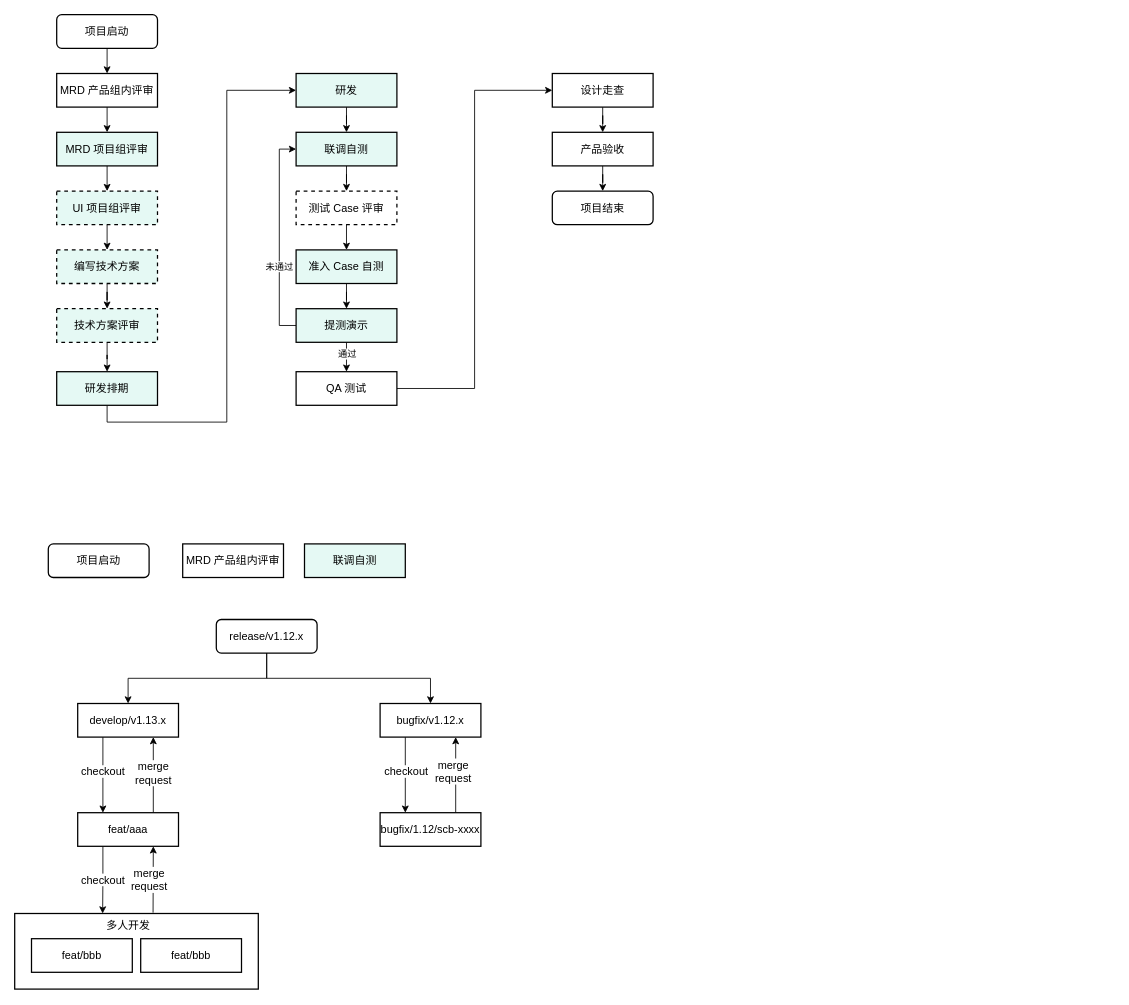
zhulinghao/drawio_warehouse keeps this draw.io diagram as SDG 前端串讲.drawio. Above is the earlier version. Source tidied: cells renumbered, new cells numbered last; positions are measured from the earlier drawing's top-left corner, leaving out a move shared by most shapes. Both pictures are drawn from the tidied source at 84%, with x=0, y=0 at pixel (14, 14).
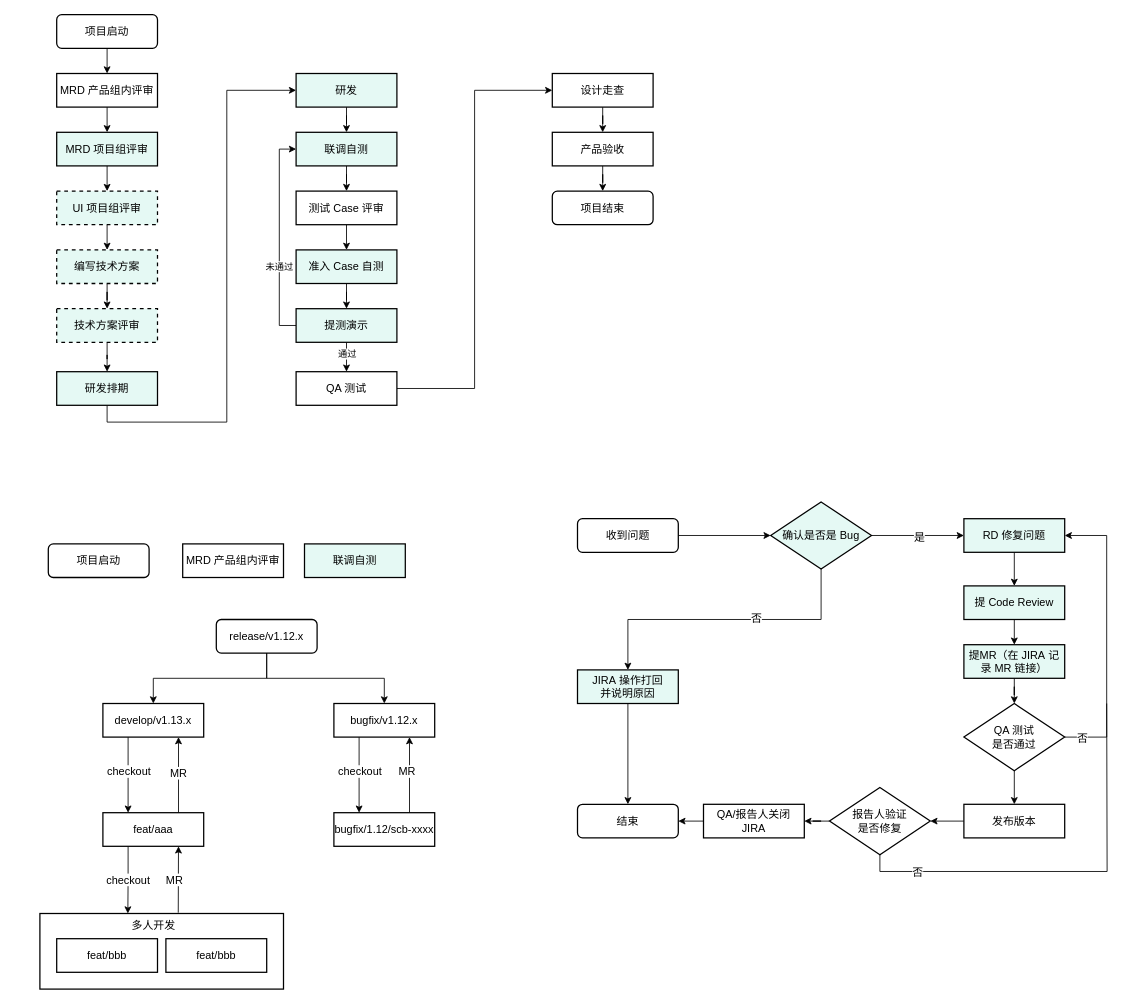
After the change.

Unchanged cells that the change refers to:
```xml
<mxCell id="48" style="edgeStyle=orthogonalEdgeStyle;rounded=0;jettySize=auto;html=1;exitX=0.75;exitY=0;exitDx=0;exitDy=0;entryX=0.75;entryY=1;entryDx=0;entryDy=0;fontSize=13;" parent="1" edge="1" source="50" target="47">
  <mxGeometry relative="1" as="geometry" />
</mxCell>
<mxCell id="51" style="edgeStyle=orthogonalEdgeStyle;rounded=0;jettySize=auto;html=1;exitX=0.75;exitY=0;exitDx=0;exitDy=0;entryX=0.75;entryY=1;entryDx=0;entryDy=0;fontSize=13;" parent="1" edge="1" source="55" target="44">
  <mxGeometry relative="1" as="geometry" />
</mxCell>
<mxCell id="61" style="endArrow=classic;html=1;rounded=0;fontSize=13;exitX=0.568;exitY=-0.011;exitDx=0;exitDy=0;exitPerimeter=0;entryX=0.75;entryY=1;entryDx=0;entryDy=0;" parent="1" edge="1" source="57" target="55">
  <mxGeometry relative="1" as="geometry" />
</mxCell>
```

The edit, as a diff of the source:
```diff
@@
-    <mxCell id="19" value="测试 Case 评审" style="rounded=0;whiteSpace=wrap;html=1;dashed=1;strokeWidth=1.5;fontSize=13;" parent="1" vertex="1">
+    <mxCell id="19" value="测试 Case 评审" style="rounded=0;whiteSpace=wrap;html=1;strokeWidth=1.5;fontSize=13;" parent="1" vertex="1">
       <mxGeometry x="335" y="210" width="120" height="40" as="geometry" />
     </mxCell>
@@
     <mxCell id="44" value="develop/v1.13.x" style="rounded=0;whiteSpace=wrap;html=1;strokeWidth=1.5;fontSize=13;" parent="1" vertex="1">
-      <mxGeometry x="75" y="820" width="120" height="40" as="geometry" />
+      <mxGeometry x="105" y="820" width="120" height="40" as="geometry" />
     </mxCell>
@@
     <mxCell id="47" value="bugfix/v1.12.x" style="rounded=0;whiteSpace=wrap;html=1;strokeWidth=1.5;fontSize=13;" parent="1" vertex="1">
-      <mxGeometry x="435" y="820" width="120" height="40" as="geometry" />
+      <mxGeometry x="380" y="820" width="120" height="40" as="geometry" />
     </mxCell>
@@
-    <mxCell id="49" value="merge&lt;br&gt;request" style="edgeLabel;html=1;align=center;verticalAlign=middle;fontSize=13;" parent="48" vertex="1">
+    <mxCell id="49" value="MR" style="edgeLabel;html=1;align=center;verticalAlign=middle;fontSize=13;" parent="48" vertex="1">
       <mxGeometry x="0.11" y="4" relative="1" as="geometry" />
     </mxCell>
     <mxCell id="50" value="bugfix/1.12/scb-xxxx" style="rounded=0;whiteSpace=wrap;html=1;strokeWidth=1.5;fontSize=13;" parent="1" vertex="1">
-      <mxGeometry x="435" y="950" width="120" height="40" as="geometry" />
+      <mxGeometry x="380" y="950" width="120" height="40" as="geometry" />
     </mxCell>
@@
-    <mxCell id="52" value="merge&lt;br&gt;request" style="edgeLabel;html=1;align=center;verticalAlign=middle;fontSize=13;" parent="51" vertex="1">
+    <mxCell id="52" value="MR" style="edgeLabel;html=1;align=center;verticalAlign=middle;fontSize=13;" parent="51" vertex="1">
       <mxGeometry x="0.06" y="1" relative="1" as="geometry" />
     </mxCell>
@@
     <mxCell id="55" value="feat/aaa" style="rounded=0;whiteSpace=wrap;html=1;strokeWidth=1.5;fontSize=13;" parent="1" vertex="1">
-      <mxGeometry x="75" y="950" width="120" height="40" as="geometry" />
+      <mxGeometry x="105" y="950" width="120" height="40" as="geometry" />
     </mxCell>
@@
     <mxCell id="57" style="rounded=0;whiteSpace=wrap;html=1;fontSize=13;strokeWidth=1.5;fillColor=none;zIndex=0;" parent="1" vertex="1">
-      <mxGeometry y="1070" width="290" height="90" as="geometry" />
+      <mxGeometry x="30" y="1070" width="290" height="90" as="geometry" />
     </mxCell>
     <mxCell id="58" value="feat/bbb" style="rounded=0;whiteSpace=wrap;html=1;strokeWidth=1.5;fontSize=13;" parent="1" vertex="1">
-      <mxGeometry x="20" y="1100" width="120" height="40" as="geometry" />
+      <mxGeometry x="50" y="1100" width="120" height="40" as="geometry" />
     </mxCell>
     <mxCell id="59" value="feat/bbb" style="rounded=0;whiteSpace=wrap;html=1;strokeWidth=1.5;fontSize=13;" parent="1" vertex="1">
-      <mxGeometry x="150" y="1100" width="120" height="40" as="geometry" />
+      <mxGeometry x="180" y="1100" width="120" height="40" as="geometry" />
     </mxCell>
     <mxCell id="60" value="多人开发" style="text;html=1;align=center;verticalAlign=middle;strokeColor=none;fillColor=none;fontSize=13;" parent="1" vertex="1">
-      <mxGeometry x="100" y="1074" width="70" height="20" as="geometry" />
+      <mxGeometry x="130" y="1074" width="70" height="20" as="geometry" />
     </mxCell>
@@
-    <mxCell id="62" value="merge&lt;br&gt;request&lt;br&gt;" style="edgeLabel;html=1;align=center;verticalAlign=middle;fontSize=13;" parent="61" vertex="1">
+    <mxCell id="62" value="MR" style="edgeLabel;html=1;align=center;verticalAlign=middle;fontSize=13;" parent="61" vertex="1">
       <mxGeometry x="-0.17" y="-2" relative="1" as="geometry">
         <mxPoint x="-7" y="-7" as="offset" />
       </mxGeometry>
     </mxCell>
+    <mxCell id="63" style="edgeStyle=orthogonalEdgeStyle;rounded=0;jettySize=auto;html=1;exitX=1;exitY=0.5;exitDx=0;exitDy=0;fontSize=13;entryX=0;entryY=0.5;entryDx=0;entryDy=0;" parent="1" edge="1" source="64" target="69">
+      <mxGeometry relative="1" as="geometry" />
+    </mxCell>
+    <mxCell id="64" value="收到问题" style="rounded=1;whiteSpace=wrap;html=1;strokeWidth=1.5;fontSize=13;" parent="1" vertex="1">
+      <mxGeometry x="670" y="600" width="120" height="40" as="geometry" />
+    </mxCell>
+    <mxCell id="65" style="edgeStyle=orthogonalEdgeStyle;rounded=0;jettySize=auto;html=1;exitX=0.5;exitY=1;exitDx=0;exitDy=0;entryX=0.5;entryY=0;entryDx=0;entryDy=0;fontSize=13;" parent="1" edge="1" source="69" target="71">
+      <mxGeometry relative="1" as="geometry" />
+    </mxCell>
+    <mxCell id="66" value="否" style="edgeLabel;html=1;align=center;verticalAlign=middle;fontSize=13;" parent="65" vertex="1">
+      <mxGeometry x="-0.21" y="-3" relative="1" as="geometry" />
+    </mxCell>
+    <mxCell id="67" style="edgeStyle=orthogonalEdgeStyle;rounded=0;jettySize=auto;html=1;exitX=1;exitY=0.5;exitDx=0;exitDy=0;fontSize=13;entryX=0;entryY=0.5;entryDx=0;entryDy=0;" parent="1" edge="1" source="69" target="74">
+      <mxGeometry relative="1" as="geometry" />
+    </mxCell>
+    <mxCell id="68" value="是" style="edgeLabel;html=1;align=center;verticalAlign=middle;fontSize=13;" parent="67" vertex="1">
+      <mxGeometry y="-1" relative="1" as="geometry">
+        <mxPoint x="1" as="offset" />
+      </mxGeometry>
+    </mxCell>
+    <mxCell id="69" value="确认是否是 Bug" style="rhombus;whiteSpace=wrap;html=1;fontSize=13;strokeWidth=1.5;fillColor=#e5f9f4;" parent="1" vertex="1">
+      <mxGeometry x="900" y="580" width="120" height="80" as="geometry" />
+    </mxCell>
+    <mxCell id="70" style="edgeStyle=orthogonalEdgeStyle;rounded=0;jettySize=auto;html=1;exitX=0.5;exitY=1;exitDx=0;exitDy=0;entryX=0.5;entryY=0;entryDx=0;entryDy=0;fontSize=13;" parent="1" edge="1" source="71" target="72">
+      <mxGeometry relative="1" as="geometry" />
+    </mxCell>
+    <mxCell id="71" value="JIRA&amp;nbsp;操作打回&lt;br&gt;并说明原因" style="rounded=0;whiteSpace=wrap;html=1;strokeWidth=1.5;fontSize=13;fillColor=#E5F9F4;" parent="1" vertex="1">
+      <mxGeometry x="670" y="780" width="120" height="40" as="geometry" />
+    </mxCell>
+    <mxCell id="72" value="结束" style="rounded=1;whiteSpace=wrap;html=1;strokeWidth=1.5;fontSize=13;" parent="1" vertex="1">
+      <mxGeometry x="670" y="940" width="120" height="40" as="geometry" />
+    </mxCell>
+    <mxCell id="73" style="edgeStyle=orthogonalEdgeStyle;rounded=0;jettySize=auto;html=1;exitX=0.5;exitY=1;exitDx=0;exitDy=0;entryX=0.5;entryY=0;entryDx=0;entryDy=0;fontSize=13;endArrow=classic;endFill=1;" parent="1" edge="1" source="74" target="76">
+      <mxGeometry relative="1" as="geometry" />
+    </mxCell>
+    <mxCell id="74" value="RD 修复问题" style="rounded=0;whiteSpace=wrap;html=1;strokeWidth=1.5;fontSize=13;fillColor=#E5F9F4;" parent="1" vertex="1">
+      <mxGeometry x="1130" y="600" width="120" height="40" as="geometry" />
+    </mxCell>
+    <mxCell id="75" style="edgeStyle=orthogonalEdgeStyle;rounded=0;jettySize=auto;html=1;exitX=0.5;exitY=1;exitDx=0;exitDy=0;entryX=0.5;entryY=0;entryDx=0;entryDy=0;fontSize=13;endArrow=classic;endFill=1;" parent="1" edge="1" source="76" target="78">
+      <mxGeometry relative="1" as="geometry" />
+    </mxCell>
+    <mxCell id="76" value="提 Code Review" style="rounded=0;whiteSpace=wrap;html=1;strokeWidth=1.5;fontSize=13;fillColor=#E5F9F4;" parent="1" vertex="1">
+      <mxGeometry x="1130" y="680" width="120" height="40" as="geometry" />
+    </mxCell>
+    <mxCell id="77" style="edgeStyle=orthogonalEdgeStyle;rounded=0;jettySize=auto;html=1;exitX=0.5;exitY=1;exitDx=0;exitDy=0;fontSize=13;endArrow=classic;endFill=1;" parent="1" edge="1" source="78" target="82">
+      <mxGeometry relative="1" as="geometry" />
+    </mxCell>
+    <mxCell id="78" value="提MR（在 JIRA&amp;nbsp;记录 MR 链接）" style="rounded=0;whiteSpace=wrap;html=1;strokeWidth=1.5;fontSize=13;fillColor=#E5F9F4;" parent="1" vertex="1">
+      <mxGeometry x="1130" y="750" width="120" height="40" as="geometry" />
+    </mxCell>
+    <mxCell id="79" style="edgeStyle=orthogonalEdgeStyle;rounded=0;jettySize=auto;html=1;exitX=1;exitY=0.5;exitDx=0;exitDy=0;entryX=1;entryY=0.5;entryDx=0;entryDy=0;fontSize=13;" parent="1" edge="1" source="82" target="74">
+      <mxGeometry relative="1" as="geometry">
+        <Array as="points">
+          <mxPoint x="1300" y="860" />
+          <mxPoint x="1300" y="620" />
+        </Array>
+      </mxGeometry>
+    </mxCell>
+    <mxCell id="80" value="否" style="edgeLabel;html=1;align=center;verticalAlign=middle;fontSize=13;" parent="79" vertex="1">
+      <mxGeometry x="-0.92" y="-1" relative="1" as="geometry">
+        <mxPoint x="6" y="-1" as="offset" />
+      </mxGeometry>
+    </mxCell>
+    <mxCell id="81" style="edgeStyle=orthogonalEdgeStyle;rounded=0;jettySize=auto;html=1;exitX=0.5;exitY=1;exitDx=0;exitDy=0;fontSize=13;entryX=0.5;entryY=0;entryDx=0;entryDy=0;" parent="1" edge="1" source="82" target="84">
+      <mxGeometry relative="1" as="geometry" />
+    </mxCell>
+    <mxCell id="82" value="QA 测试&lt;br&gt;是否通过" style="rhombus;whiteSpace=wrap;html=1;fontSize=13;strokeWidth=1.5;" parent="1" vertex="1">
+      <mxGeometry x="1130" y="820" width="120" height="80" as="geometry" />
+    </mxCell>
+    <mxCell id="83" style="edgeStyle=orthogonalEdgeStyle;rounded=0;jettySize=auto;html=1;exitX=0;exitY=0.5;exitDx=0;exitDy=0;entryX=1;entryY=0.5;entryDx=0;entryDy=0;fontSize=13;endArrow=classic;endFill=1;" parent="1" edge="1" source="84" target="88">
+      <mxGeometry relative="1" as="geometry" />
+    </mxCell>
+    <mxCell id="84" value="发布版本" style="rounded=0;whiteSpace=wrap;html=1;strokeWidth=1.5;fontSize=13;" parent="1" vertex="1">
+      <mxGeometry x="1130" y="940" width="120" height="40" as="geometry" />
+    </mxCell>
+    <mxCell id="85" style="edgeStyle=orthogonalEdgeStyle;rounded=0;jettySize=auto;html=1;exitX=0.5;exitY=1;exitDx=0;exitDy=0;fontSize=13;endArrow=none;endFill=0;" parent="1" edge="1" source="88">
+      <mxGeometry relative="1" as="geometry">
+        <mxPoint x="1300" y="820" as="targetPoint" />
+      </mxGeometry>
+    </mxCell>
+    <mxCell id="86" value="否" style="edgeLabel;html=1;align=center;verticalAlign=middle;fontSize=13;" parent="85" vertex="1">
+      <mxGeometry x="-0.74" relative="1" as="geometry" />
+    </mxCell>
+    <mxCell id="87" style="edgeStyle=orthogonalEdgeStyle;rounded=0;jettySize=auto;html=1;exitX=0;exitY=0.5;exitDx=0;exitDy=0;fontSize=13;endArrow=classic;endFill=1;" parent="1" edge="1" source="88" target="90">
+      <mxGeometry relative="1" as="geometry" />
+    </mxCell>
+    <mxCell id="88" value="报告人验证&lt;br&gt;是否修复" style="rhombus;whiteSpace=wrap;html=1;fontSize=13;strokeWidth=1.5;" parent="1" vertex="1">
+      <mxGeometry x="970" y="920" width="120" height="80" as="geometry" />
+    </mxCell>
+    <mxCell id="89" style="edgeStyle=orthogonalEdgeStyle;rounded=0;jettySize=auto;html=1;exitX=0;exitY=0.5;exitDx=0;exitDy=0;entryX=1;entryY=0.5;entryDx=0;entryDy=0;fontSize=13;endArrow=classic;endFill=1;" parent="1" edge="1" source="90" target="72">
+      <mxGeometry relative="1" as="geometry" />
+    </mxCell>
+    <mxCell id="90" value="QA/报告人关闭&lt;br&gt;JIRA" style="rounded=0;whiteSpace=wrap;html=1;strokeWidth=1.5;fontSize=13;" parent="1" vertex="1">
+      <mxGeometry x="820" y="940" width="120" height="40" as="geometry" />
+    </mxCell>
```
